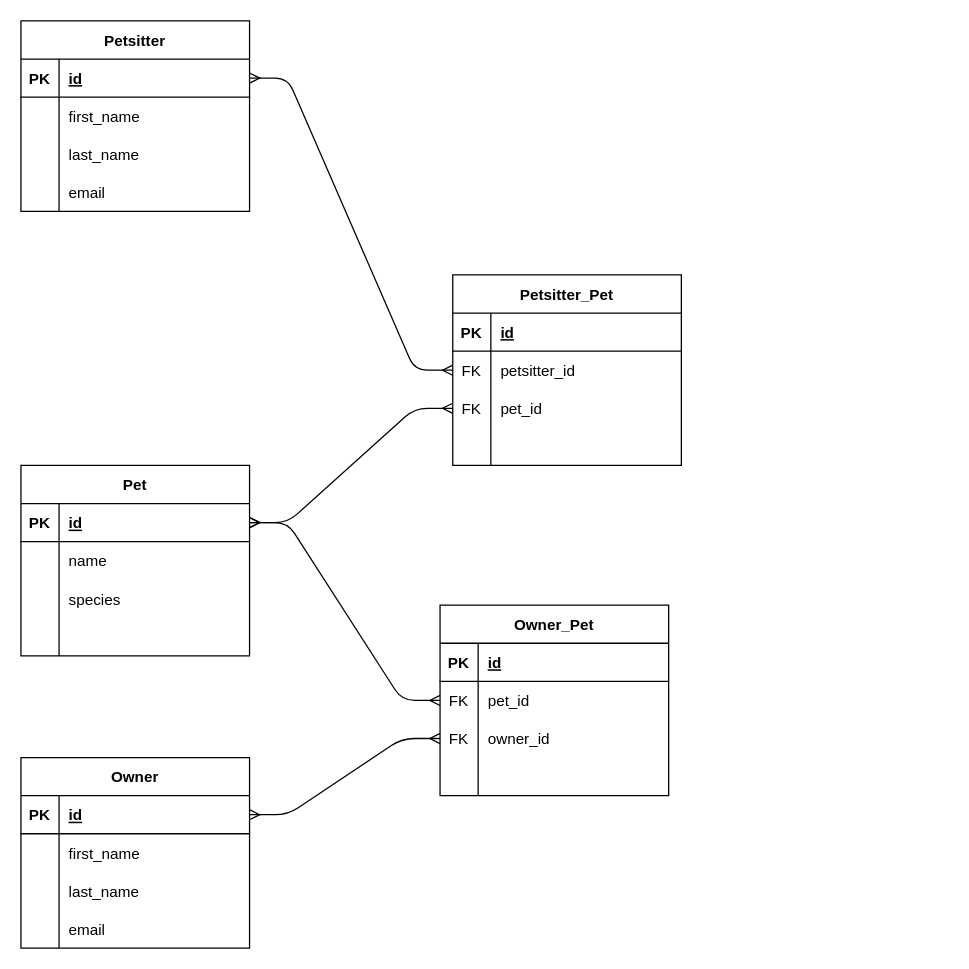
The draw.io diagram diagram.drawio in nathanieltruitt/petsitter, before the edit. Source tidied: cells renumbered, new cells numbered last; positions are measured from the earlier drawing's top-left corner, leaving out a move shared by most shapes. Both pictures are drawn from the tidied source at 127%, with x=0, y=0 at pixel (20, 20).
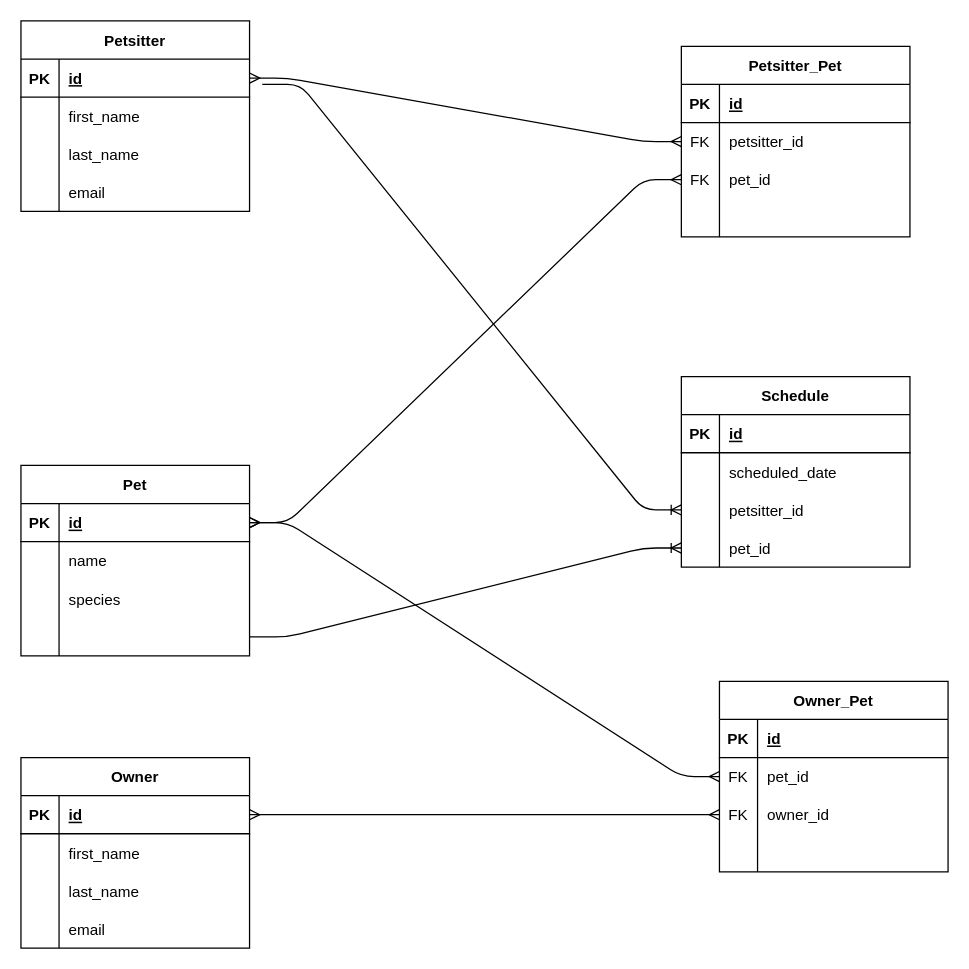
Above is the later version.

Commit message (it also covers changes not shown here):
adding schedule model

The change refers to these unchanged cells:
```xml
<mxCell id="12" style="shape=tableRow;horizontal=0;startSize=0;swimlaneHead=0;swimlaneBody=0;fillColor=none;points=[[0,0.5],[1,0.5]];portConstraint=eastwest;top=0;left=0;right=0;bottom=0;" parent="2" vertex="1">
  <mxGeometry y="120" width="180" height="30" as="geometry" />
</mxCell>
```

The edit, as a diff of the source:
```diff
@@
     <mxCell id="28" value="Petsitter_Pet" style="shape=table;startSize=30;childLayout=tableLayout;rowLines=0;fontStyle=1;align=center;" parent="1" vertex="1">
-      <mxGeometry x="340" y="200" width="180" height="150" as="geometry" />
+      <mxGeometry x="520" y="20" width="180" height="150" as="geometry" />
     </mxCell>
@@
     <mxCell id="56" value="Owner_Pet" style="shape=table;startSize=30;childLayout=tableLayout;rowLines=0;fontStyle=1;align=center;" parent="1" vertex="1">
-      <mxGeometry x="330" y="460" width="180" height="150" as="geometry" />
+      <mxGeometry x="550" y="520" width="180" height="150" as="geometry" />
     </mxCell>
@@
+    <mxCell id="71" value="Schedule" style="shape=table;startSize=30;childLayout=tableLayout;rowLines=0;fontStyle=1;align=center;" parent="1" vertex="1">
+      <mxGeometry x="520" y="280" width="180" height="150" as="geometry" />
+    </mxCell>
+    <mxCell id="72" style="shape=tableRow;horizontal=0;startSize=0;swimlaneHead=0;swimlaneBody=0;fillColor=none;top=0;left=0;right=0;bottom=1;" parent="71" vertex="1">
+      <mxGeometry y="30" width="180" height="30" as="geometry" />
+    </mxCell>
+    <mxCell id="73" value="PK" style="shape=partialRectangle;fillColor=none;top=0;left=0;bottom=0;right=0;fontStyle=1;overflow=hidden;" parent="72" vertex="1">
+      <mxGeometry width="30" height="30" as="geometry" />
+    </mxCell>
+    <mxCell id="74" value="id" style="shape=partialRectangle;fillColor=none;top=0;left=0;bottom=0;right=0;align=left;spacingLeft=6;fontStyle=5;overflow=hidden;" parent="72" vertex="1">
+      <mxGeometry x="30" width="150" height="30" as="geometry" />
+    </mxCell>
+    <mxCell id="75" style="shape=tableRow;horizontal=0;startSize=0;swimlaneHead=0;swimlaneBody=0;fillColor=none;top=0;left=0;right=0;bottom=0;" parent="71" vertex="1">
+      <mxGeometry y="60" width="180" height="30" as="geometry" />
+    </mxCell>
+    <mxCell id="76" style="shape=partialRectangle;fillColor=none;top=0;left=0;bottom=0;right=0;overflow=hidden;" parent="75" vertex="1">
+      <mxGeometry width="30" height="30" as="geometry" />
+    </mxCell>
+    <mxCell id="77" value="scheduled_date" style="shape=partialRectangle;fillColor=none;top=0;left=0;bottom=0;right=0;align=left;spacingLeft=6;overflow=hidden;" parent="75" vertex="1">
+      <mxGeometry x="30" width="150" height="30" as="geometry" />
+    </mxCell>
+    <mxCell id="78" style="shape=tableRow;horizontal=0;startSize=0;swimlaneHead=0;swimlaneBody=0;fillColor=none;points=[[0,0.5],[1,0.5]];portConstraint=eastwest;top=0;left=0;right=0;bottom=0;" parent="71" vertex="1">
+      <mxGeometry y="90" width="180" height="30" as="geometry" />
+    </mxCell>
+    <mxCell id="79" style="shape=partialRectangle;fillColor=none;top=0;left=0;bottom=0;right=0;overflow=hidden;" parent="78" vertex="1">
+      <mxGeometry width="30" height="30" as="geometry" />
+    </mxCell>
+    <mxCell id="80" value="petsitter_id" style="shape=partialRectangle;fillColor=none;top=0;left=0;bottom=0;right=0;align=left;spacingLeft=6;overflow=hidden;" parent="78" vertex="1">
+      <mxGeometry x="30" width="150" height="30" as="geometry" />
+    </mxCell>
+    <mxCell id="81" style="shape=tableRow;horizontal=0;startSize=0;swimlaneHead=0;swimlaneBody=0;fillColor=none;points=[[0,0.5],[1,0.5]];portConstraint=eastwest;top=0;left=0;right=0;bottom=0;" parent="71" vertex="1">
+      <mxGeometry y="120" width="180" height="30" as="geometry" />
+    </mxCell>
+    <mxCell id="82" style="shape=partialRectangle;fillColor=none;top=0;left=0;bottom=0;right=0;overflow=hidden;" parent="81" vertex="1">
+      <mxGeometry width="30" height="30" as="geometry" />
+    </mxCell>
+    <mxCell id="83" value="pet_id" style="shape=partialRectangle;fillColor=none;top=0;left=0;bottom=0;right=0;align=left;spacingLeft=6;overflow=hidden;" parent="81" vertex="1">
+      <mxGeometry x="30" width="150" height="30" as="geometry" />
+    </mxCell>
+    <mxCell id="84" style="edgeStyle=entityRelationEdgeStyle;fontSize=12;html=1;endArrow=ERoneToMany;entryX=0;entryY=0.5;entryDx=0;entryDy=0;" parent="1" edge="1" target="78">
+      <mxGeometry relative="1" as="geometry">
+        <mxPoint x="190" y="50" as="sourcePoint" />
+      </mxGeometry>
+    </mxCell>
+    <mxCell id="85" style="edgeStyle=entityRelationEdgeStyle;fontSize=12;html=1;endArrow=ERoneToMany;exitX=1;exitY=0.5;exitDx=0;exitDy=0;entryX=0;entryY=0.5;entryDx=0;entryDy=0;" parent="1" edge="1" source="12" target="81">
+      <mxGeometry relative="1" as="geometry" />
+    </mxCell>
```
